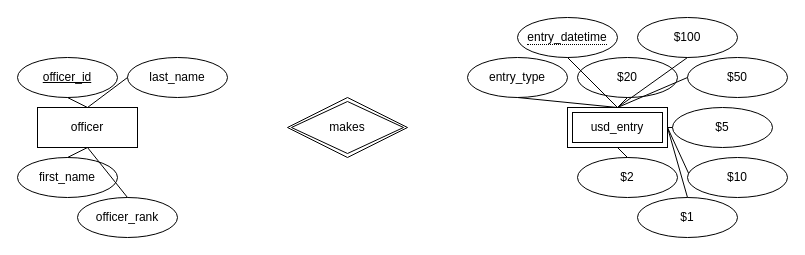
lushihui51/ScotiaTreasury keeps this draw.io diagram as ScotiaTreasury_ERD.drawio. Above is the earlier version. Source tidied: cells renumbered, new cells numbered last; positions are measured from the earlier drawing's top-left corner, leaving out a move shared by most shapes. Both pictures are drawn from the tidied source at 100%, with x=0, y=0 at pixel (17, 17).
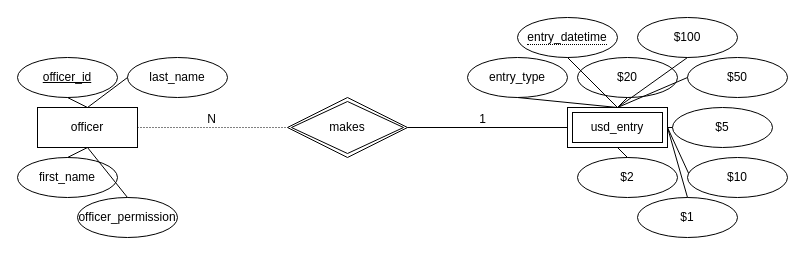
After the change.

The change refers to these unchanged cells:
```xml
<mxCell id="16" value="usd_entry" style="shape=ext;margin=3;double=1;whiteSpace=wrap;html=1;align=center;" parent="1" vertex="1">
  <mxGeometry x="550" y="90" width="100" height="40" as="geometry" />
</mxCell>
<mxCell id="21" value="officer" style="whiteSpace=wrap;html=1;align=center;" parent="1" vertex="1">
  <mxGeometry x="20" y="90" width="100" height="40" as="geometry" />
</mxCell>
<mxCell id="26" value="makes" style="shape=rhombus;double=1;perimeter=rhombusPerimeter;whiteSpace=wrap;html=1;align=center;" parent="1" vertex="1">
  <mxGeometry x="270" y="80" width="120" height="60" as="geometry" />
</mxCell>
```

What changed in the source:
```diff
@@
-    <mxCell id="23" value="officer_rank" style="ellipse;whiteSpace=wrap;html=1;align=center;" parent="1" vertex="1">
+    <mxCell id="23" value="officer_permission" style="ellipse;whiteSpace=wrap;html=1;align=center;" parent="1" vertex="1">
       <mxGeometry x="60" y="180" width="100" height="40" as="geometry" />
     </mxCell>
@@
+    <mxCell id="31" style="endArrow=none;html=1;rounded=0;dashed=1;dashPattern=1 2;exitX=1;exitY=0.5;exitDx=0;exitDy=0;entryX=0;entryY=0.5;entryDx=0;entryDy=0;" parent="1" edge="1" source="21" target="26">
+      <mxGeometry relative="1" as="geometry" />
+    </mxCell>
+    <mxCell id="32" value="N" style="html=1;whiteSpace=wrap;align=right;verticalAlign=bottom;" parent="31" vertex="1">
+      <mxGeometry x="1" relative="1" as="geometry">
+        <mxPoint x="-70" as="offset" />
+      </mxGeometry>
+    </mxCell>
+    <mxCell id="33" style="endArrow=none;html=1;rounded=0;entryX=0;entryY=0.5;entryDx=0;entryDy=0;exitX=1;exitY=0.5;exitDx=0;exitDy=0;" parent="1" edge="1" source="26" target="16">
+      <mxGeometry relative="1" as="geometry" />
+    </mxCell>
+    <mxCell id="34" value="1" style="html=1;whiteSpace=wrap;align=right;verticalAlign=bottom;" parent="33" vertex="1">
+      <mxGeometry x="1" relative="1" as="geometry">
+        <mxPoint x="-80" as="offset" />
+      </mxGeometry>
+    </mxCell>
```
